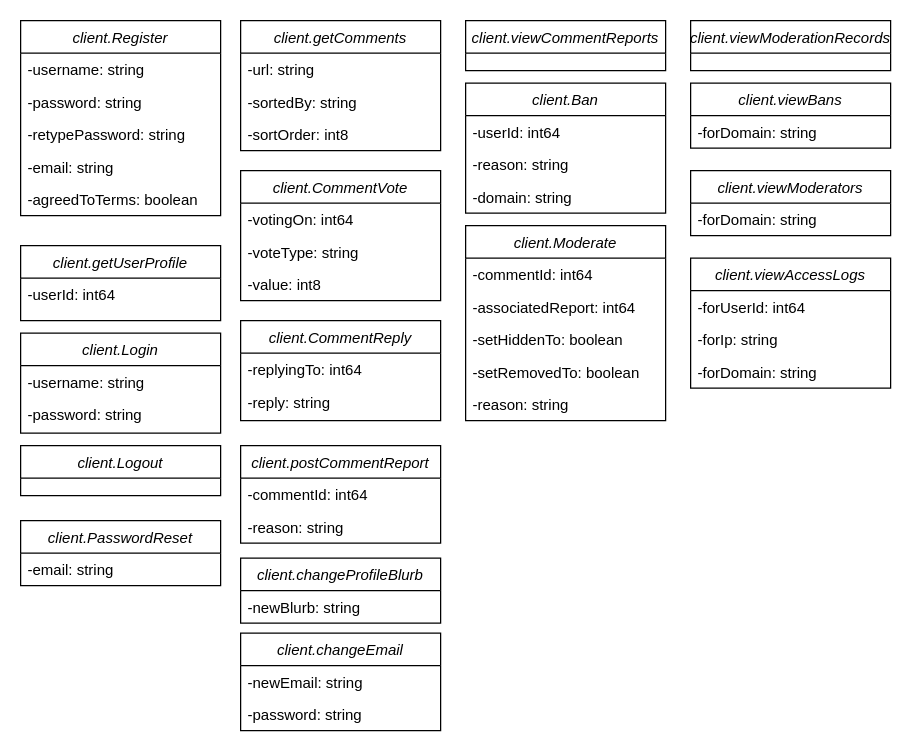
Before: uml diagrams/ClientServerCommEntities/clientServerCommEnts.drawio in comment-anything/Specifications, a draw.io diagram. Source tidied: cells renumbered, new cells numbered last; positions are measured from the earlier drawing's top-left corner, leaving out a move shared by most shapes. Both pictures are drawn from the tidied source at 125%, with x=0, y=0 at pixel (20, 20).
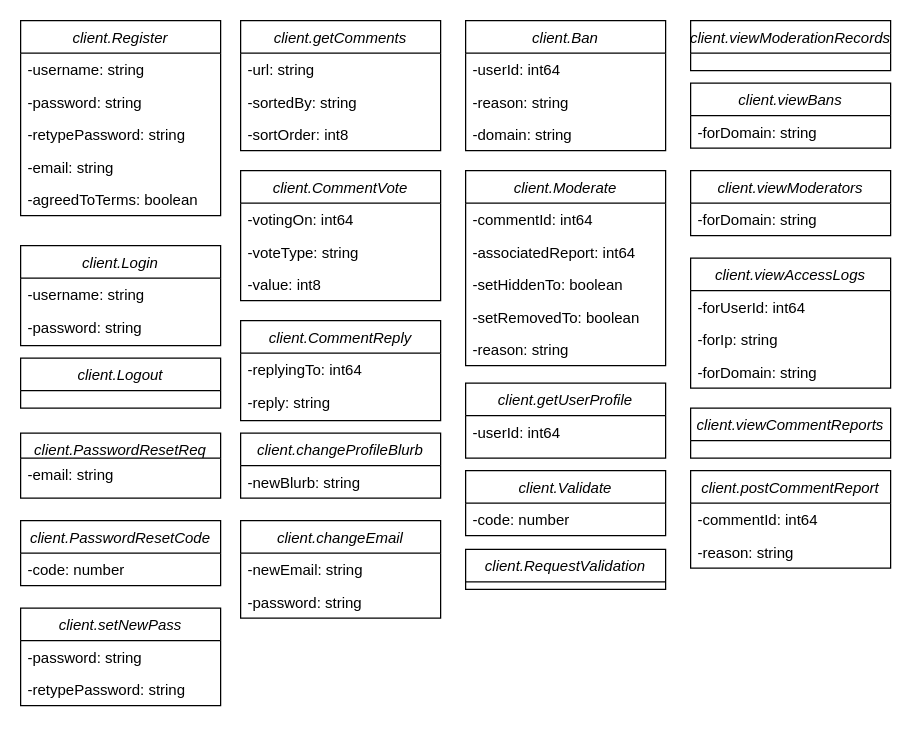
The same page after the edit.

Commit message (it also covers changes not shown here):
new state diagrams, added client and serv entities

Diff of the diagram source:
```diff
@@
     <mxCell id="13" value="client.getUserProfile" style="swimlane;fontStyle=2;align=center;verticalAlign=top;horizontal=1;startSize=26;rounded=0;shadow=0;strokeWidth=1;" parent="1" vertex="1">
-      <mxGeometry y="180" width="160" height="60" as="geometry" />
+      <mxGeometry x="356" y="290" width="160" height="60" as="geometry" />
     </mxCell>
@@
     <mxCell id="15" value="client.postCommentReport" style="swimlane;fontStyle=2;align=center;verticalAlign=top;horizontal=1;startSize=26;rounded=0;shadow=0;strokeWidth=1;" parent="1" vertex="1">
-      <mxGeometry x="176" y="340" width="160" height="78" as="geometry" />
+      <mxGeometry x="536" y="360" width="160" height="78" as="geometry" />
     </mxCell>
@@
     <mxCell id="18" value="client.viewCommentReports" style="swimlane;fontStyle=2;align=center;verticalAlign=top;horizontal=1;startSize=26;rounded=0;shadow=0;strokeWidth=1;" parent="1" vertex="1">
-      <mxGeometry x="356" width="160" height="40" as="geometry" />
+      <mxGeometry x="536" y="310" width="160" height="40" as="geometry" />
     </mxCell>
@@
     <mxCell id="26" value="client.Ban" style="swimlane;fontStyle=2;align=center;verticalAlign=top;horizontal=1;startSize=26;rounded=0;shadow=0;strokeWidth=1;" parent="1" vertex="1">
-      <mxGeometry x="356" y="50" width="160" height="104" as="geometry" />
+      <mxGeometry x="356" width="160" height="104" as="geometry" />
     </mxCell>
@@
     <mxCell id="32" value="client.Login" style="swimlane;fontStyle=2;align=center;verticalAlign=top;horizontal=1;startSize=26;rounded=0;shadow=0;strokeWidth=1;" parent="1" vertex="1">
-      <mxGeometry y="250" width="160" height="80" as="geometry" />
+      <mxGeometry y="180" width="160" height="80" as="geometry" />
     </mxCell>
@@
     <mxCell id="35" value="client.Logout" style="swimlane;fontStyle=2;align=center;verticalAlign=top;horizontal=1;startSize=26;rounded=0;shadow=0;strokeWidth=1;" parent="1" vertex="1">
-      <mxGeometry y="340" width="160" height="40" as="geometry" />
+      <mxGeometry y="270" width="160" height="40" as="geometry" />
     </mxCell>
@@
     <mxCell id="42" value="client.Moderate" style="swimlane;fontStyle=2;align=center;verticalAlign=top;horizontal=1;startSize=26;rounded=0;shadow=0;strokeWidth=1;" parent="1" vertex="1">
-      <mxGeometry x="356" y="164" width="160" height="156" as="geometry" />
+      <mxGeometry x="356" y="120" width="160" height="156" as="geometry" />
     </mxCell>
@@
     <mxCell id="48" value="client.changeProfileBlurb" style="swimlane;fontStyle=2;align=center;verticalAlign=top;horizontal=1;startSize=26;rounded=0;shadow=0;strokeWidth=1;" parent="1" vertex="1">
-      <mxGeometry x="176" y="430" width="160" height="52" as="geometry" />
+      <mxGeometry x="176" y="330" width="160" height="52" as="geometry" />
     </mxCell>
@@
     <mxCell id="50" value="client.changeEmail" style="swimlane;fontStyle=2;align=center;verticalAlign=top;horizontal=1;startSize=26;rounded=0;shadow=0;strokeWidth=1;" parent="1" vertex="1">
-      <mxGeometry x="176" y="490" width="160" height="78" as="geometry" />
+      <mxGeometry x="176" y="400" width="160" height="78" as="geometry" />
     </mxCell>
@@
-    <mxCell id="53" value="client.PasswordReset" style="swimlane;fontStyle=2;align=center;verticalAlign=top;horizontal=1;startSize=26;rounded=0;shadow=0;strokeWidth=1;" parent="1" vertex="1">
-      <mxGeometry y="400" width="160" height="52" as="geometry" />
+    <mxCell id="53" value="client.PasswordResetReq" style="swimlane;fontStyle=2;align=center;verticalAlign=top;horizontal=1;startSize=20;rounded=0;shadow=0;strokeWidth=1;" parent="1" vertex="1">
+      <mxGeometry y="330" width="160" height="52" as="geometry" />
     </mxCell>
     <mxCell id="54" value="-email: string" style="text;align=left;verticalAlign=top;spacingLeft=4;spacingRight=4;overflow=hidden;" parent="53" vertex="1">
-      <mxGeometry y="26" width="160" height="26" as="geometry" />
+      <mxGeometry y="20" width="160" height="26" as="geometry" />
     </mxCell>
+    <mxCell id="55" value="client.PasswordResetCode" style="swimlane;fontStyle=2;align=center;verticalAlign=top;horizontal=1;startSize=26;rounded=0;shadow=0;strokeWidth=1;" parent="1" vertex="1">
+      <mxGeometry y="400" width="160" height="52" as="geometry" />
+    </mxCell>
+    <mxCell id="56" value="-code: number" style="text;align=left;verticalAlign=top;spacingLeft=4;spacingRight=4;overflow=hidden;" parent="55" vertex="1">
+      <mxGeometry y="26" width="160" height="26" as="geometry" />
+    </mxCell>
+    <mxCell id="57" value="client.setNewPass" style="swimlane;fontStyle=2;align=center;verticalAlign=top;horizontal=1;startSize=26;rounded=0;shadow=0;strokeWidth=1;" parent="1" vertex="1">
+      <mxGeometry y="470" width="160" height="78" as="geometry" />
+    </mxCell>
+    <mxCell id="58" value="-password: string" style="text;align=left;verticalAlign=top;spacingLeft=4;spacingRight=4;overflow=hidden;" parent="57" vertex="1">
+      <mxGeometry y="26" width="160" height="26" as="geometry" />
+    </mxCell>
+    <mxCell id="59" value="-retypePassword: string" style="text;align=left;verticalAlign=top;spacingLeft=4;spacingRight=4;overflow=hidden;" parent="57" vertex="1">
+      <mxGeometry y="52" width="160" height="26" as="geometry" />
+    </mxCell>
+    <mxCell id="60" value="client.Validate" style="swimlane;fontStyle=2;align=center;verticalAlign=top;horizontal=1;startSize=26;rounded=0;shadow=0;strokeWidth=1;" parent="1" vertex="1">
+      <mxGeometry x="356" y="360" width="160" height="52" as="geometry" />
+    </mxCell>
+    <mxCell id="61" value="-code: number" style="text;align=left;verticalAlign=top;spacingLeft=4;spacingRight=4;overflow=hidden;" parent="60" vertex="1">
+      <mxGeometry y="26" width="160" height="26" as="geometry" />
+    </mxCell>
+    <mxCell id="62" value="client.RequestValidation" style="swimlane;fontStyle=2;align=center;verticalAlign=top;horizontal=1;startSize=26;rounded=0;shadow=0;strokeWidth=1;" parent="1" vertex="1">
+      <mxGeometry x="356" y="423" width="160" height="32" as="geometry" />
+    </mxCell>
```
